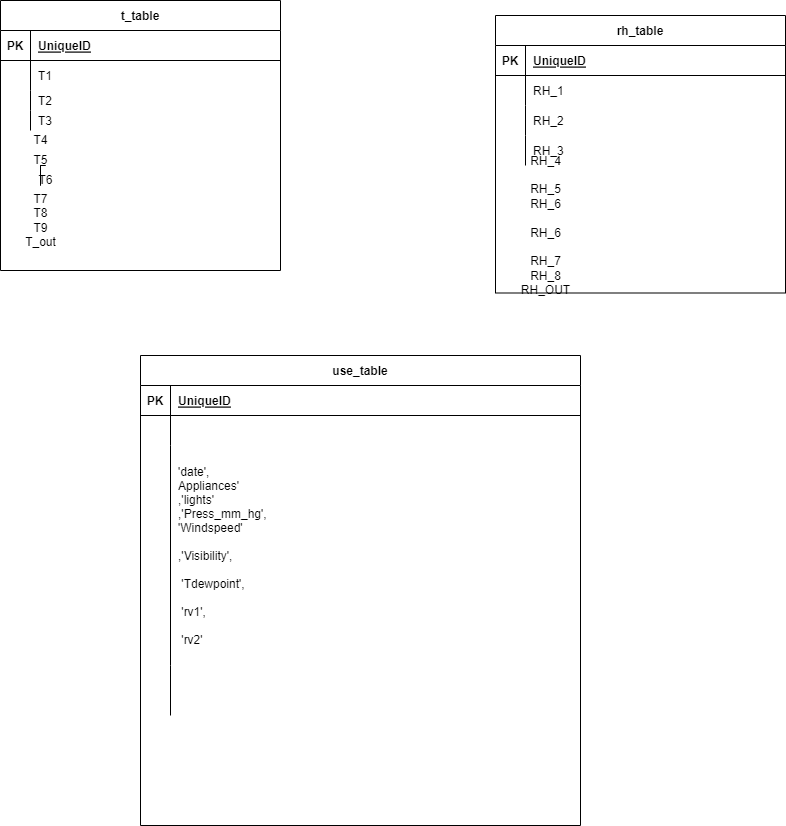
Earlier version of the draw.io export DATA MODEL AND WAREHOUSE/table_str.drawio.png (asjad895/DATA-ENGINEERING). Source tidied: cells renumbered, new cells last; positions are measured from the earlier drawing's top-left corner, leaving out a move shared by most shapes.
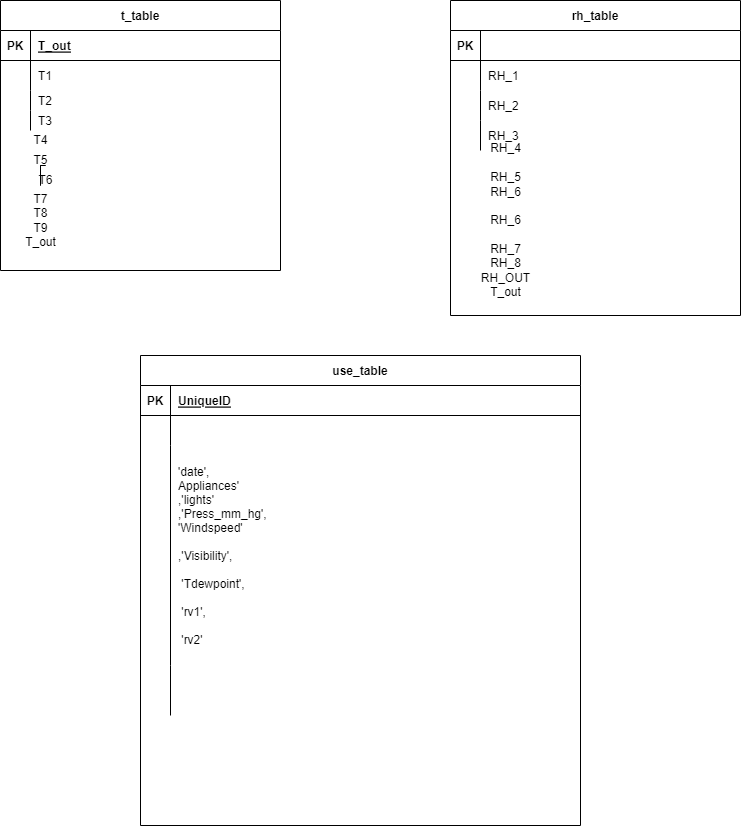
After the change.

Diff of the diagram source:
```diff
@@ -11,7 +11,7 @@
     <mxCell id="4" value="PK" style="shape=partialRectangle;fillColor=none;top=0;left=0;bottom=0;right=0;fontStyle=1;overflow=hidden;" parent="3" vertex="1">
       <mxGeometry width="30" height="30" as="geometry" />
     </mxCell>
-    <mxCell id="5" value="UniqueID" style="shape=partialRectangle;fillColor=none;top=0;left=0;bottom=0;right=0;align=left;spacingLeft=6;fontStyle=5;overflow=hidden;" parent="3" vertex="1">
+    <mxCell id="5" value="T_out" style="shape=partialRectangle;fillColor=none;top=0;left=0;bottom=0;right=0;align=left;spacingLeft=6;fontStyle=5;overflow=hidden;" parent="3" vertex="1">
       <mxGeometry x="30" width="250" height="30" as="geometry" />
     </mxCell>
     <mxCell id="6" style="shape=tableRow;horizontal=0;startSize=0;swimlaneHead=0;swimlaneBody=0;fillColor=none;top=0;left=0;right=0;bottom=0;" parent="2" vertex="1">
@@ -42,7 +42,7 @@
       <mxGeometry x="30" width="250" height="20" as="geometry" />
     </mxCell>
     <mxCell id="15" value="rh_table" style="shape=table;startSize=30;rowLines=0;fontStyle=1;align=center;" parent="1" vertex="1">
-      <mxGeometry x="495" y="15" width="290" height="277.5" as="geometry" />
+      <mxGeometry x="450" width="290" height="315" as="geometry" />
     </mxCell>
     <mxCell id="16" style="shape=tableRow;horizontal=0;startSize=0;swimlaneHead=0;swimlaneBody=0;fillColor=none;top=0;left=0;right=0;bottom=1;" parent="15" vertex="1">
       <mxGeometry y="30" width="290" height="30" as="geometry" />
@@ -50,7 +50,7 @@
     <mxCell id="17" value="PK" style="shape=partialRectangle;fillColor=none;top=0;left=0;bottom=0;right=0;fontStyle=1;overflow=hidden;" parent="16" vertex="1">
       <mxGeometry width="30" height="30" as="geometry" />
     </mxCell>
-    <mxCell id="18" value="UniqueID" style="shape=partialRectangle;fillColor=none;top=0;left=0;bottom=0;right=0;align=left;spacingLeft=6;fontStyle=5;overflow=hidden;" parent="16" vertex="1">
+    <mxCell id="18" style="shape=partialRectangle;fillColor=none;top=0;left=0;bottom=0;right=0;align=left;spacingLeft=6;fontStyle=5;overflow=hidden;" parent="16" vertex="1">
       <mxGeometry x="30" width="260" height="30" as="geometry" />
     </mxCell>
     <mxCell id="19" style="shape=tableRow;horizontal=0;startSize=0;swimlaneHead=0;swimlaneBody=0;fillColor=none;top=0;left=0;right=0;bottom=0;" parent="15" vertex="1">
@@ -128,8 +128,8 @@
     <mxCell id="43" value="T7&lt;br&gt;T8&lt;br&gt;T9&lt;br&gt;T_out" style="text;html=1;align=center;verticalAlign=middle;points=[];strokeColor=none;fillColor=none;" parent="1" vertex="1">
       <mxGeometry x="15" y="185" width="50" height="70" as="geometry" />
     </mxCell>
-    <mxCell id="44" value="RH_4&lt;br&gt;&lt;br&gt;RH_5&lt;br&gt;RH_6&lt;br&gt;&lt;br&gt;RH_6&lt;br&gt;&lt;br&gt;RH_7&lt;br&gt;RH_8&lt;br&gt;RH_OUT" style="text;html=1;align=center;verticalAlign=middle;strokeColor=none;fillColor=none;" parent="1" vertex="1">
-      <mxGeometry x="510" y="145" width="70" height="160" as="geometry" />
+    <mxCell id="44" value="RH_4&lt;br&gt;&lt;br&gt;RH_5&lt;br&gt;RH_6&lt;br&gt;&lt;br&gt;RH_6&lt;br&gt;&lt;br&gt;RH_7&lt;br&gt;RH_8&lt;br&gt;RH_OUT&lt;br&gt;T_out" style="text;html=1;align=center;verticalAlign=middle;strokeColor=none;fillColor=none;" parent="1" vertex="1">
+      <mxGeometry x="470" y="135" width="70" height="170" as="geometry" />
     </mxCell>
     <mxCell id="45" style="edgeStyle=orthogonalEdgeStyle;rounded=0;jettySize=auto;html=1;endArrow=none;" parent="1" edge="1" source="43" target="47">
       <mxGeometry relative="1" as="geometry" />
```
